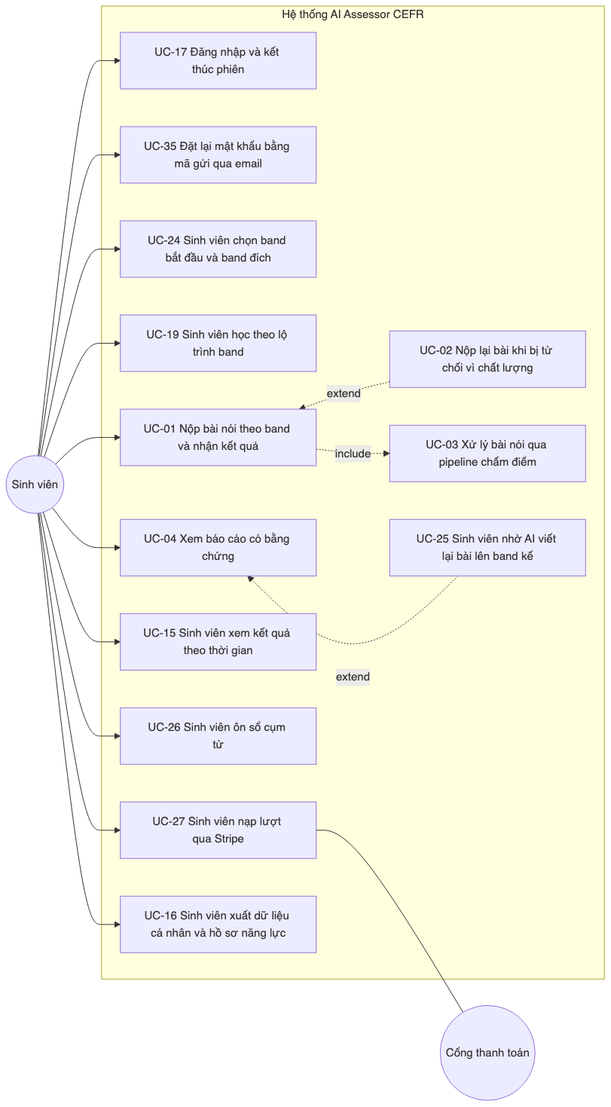
ThanhSangLouis/ai-assessor-cefr keeps this Mermaid diagram as docs/sdd/images/01a_usecase_sinhvien.png. Above is the earlier version. Its source is kept beside it as docs/sdd/diagrams/01a_usecase_sinhvien.mmd.
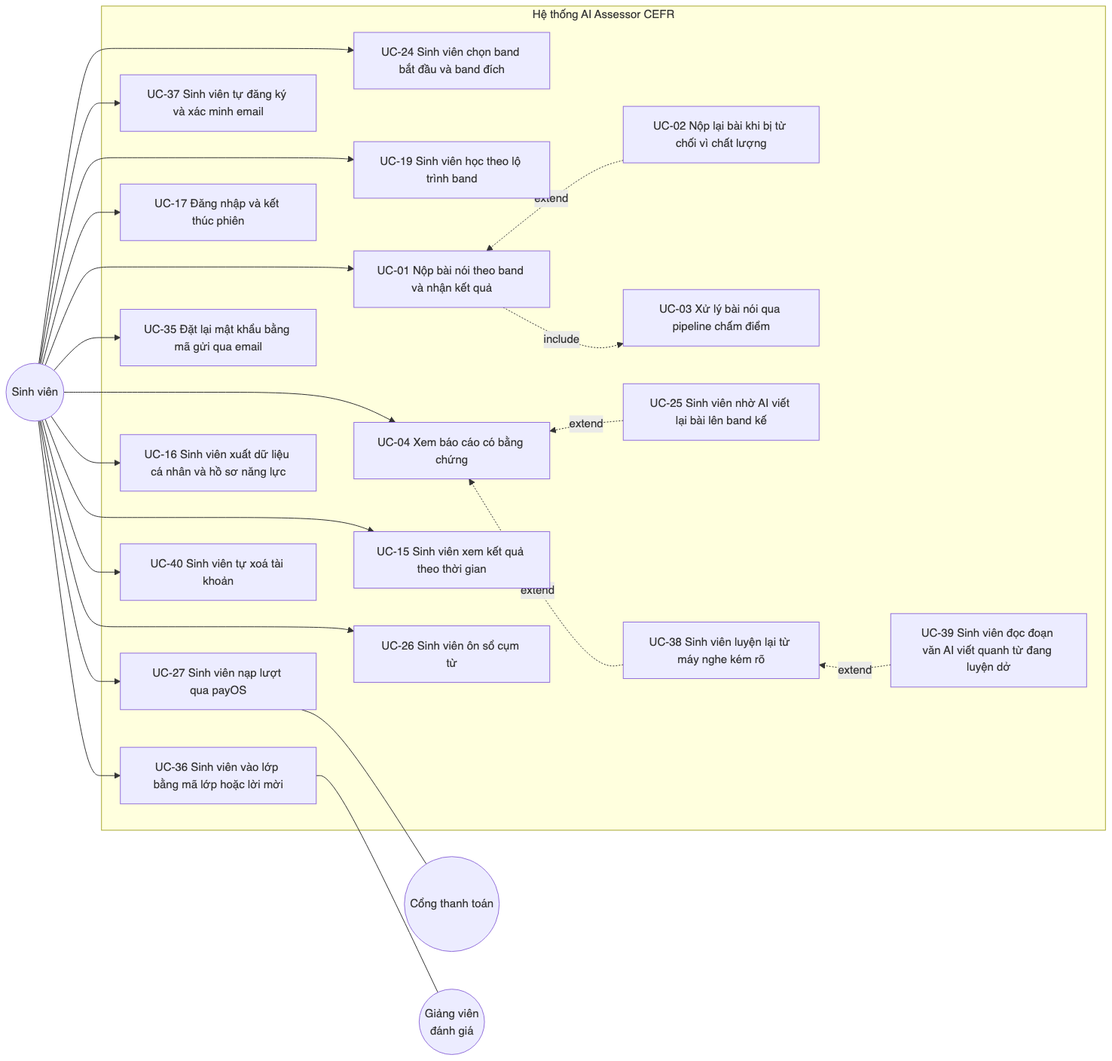
After the change.

Change to the diagram source:
```diff
@@ -1,26 +1,35 @@
 flowchart LR
     SV(("Sinh viên"))
     CTT(("Cổng thanh toán"))
+    GV(("Giảng viên<br/>đánh giá"))
 
     subgraph SYS["Hệ thống AI Assessor CEFR"]
         direction TB
+        UC37["UC-37 Sinh viên tự đăng ký và xác minh email"]
         UC17["UC-17 Đăng nhập và kết thúc phiên"]
         UC35["UC-35 Đặt lại mật khẩu bằng mã gửi qua email"]
+        UC16["UC-16 Sinh viên xuất dữ liệu cá nhân và hồ sơ năng lực"]
+        UC40["UC-40 Sinh viên tự xoá tài khoản"]
+        UC27["UC-27 Sinh viên nạp lượt qua payOS"]
+        UC36["UC-36 Sinh viên vào lớp bằng mã lớp hoặc lời mời"]
         UC24["UC-24 Sinh viên chọn band bắt đầu và band đích"]
         UC19["UC-19 Sinh viên học theo lộ trình band"]
         UC01["UC-01 Nộp bài nói theo band và nhận kết quả"]
+        UC04["UC-04 Xem báo cáo có bằng chứng"]
+        UC15["UC-15 Sinh viên xem kết quả theo thời gian"]
+        UC26["UC-26 Sinh viên ôn sổ cụm từ"]
         UC02["UC-02 Nộp lại bài khi bị từ chối vì chất lượng"]
         UC03["UC-03 Xử lý bài nói qua pipeline chấm điểm"]
-        UC04["UC-04 Xem báo cáo có bằng chứng"]
         UC25["UC-25 Sinh viên nhờ AI viết lại bài lên band kế"]
-        UC15["UC-15 Sinh viên xem kết quả theo thời gian"]
-        UC26["UC-26 Sinh viên ôn sổ cụm từ"]
-        UC27["UC-27 Sinh viên nạp lượt qua payOS"]
-        UC16["UC-16 Sinh viên xuất dữ liệu cá nhân và hồ sơ năng lực"]
+        UC38["UC-38 Sinh viên luyện lại từ máy nghe kém rõ"]
+        UC39["UC-39 Sinh viên đọc đoạn văn AI viết quanh từ đang luyện dở"]
     end
 
+    SV --> UC37
     SV --> UC17
     SV --> UC35
+    SV --> UC16
+    SV --> UC40
     SV --> UC24
     SV --> UC19
     SV --> UC01
@@ -28,12 +37,24 @@
     SV --> UC15
     SV --> UC26
     SV --> UC27
-    SV --> UC16
+    SV --> UC36
     UC27 --- CTT
+    UC36 --- GV
 
+    UC37 ~~~ UC24
+    UC17 ~~~ UC19
+    UC35 ~~~ UC01
+    UC16 ~~~ UC04
+    UC40 ~~~ UC15
+    UC27 ~~~ UC26
     UC01 ~~~ UC02
+    UC01 ~~~ UC03
     UC04 ~~~ UC25
+    UC04 ~~~ UC38
+    UC38 ~~~ UC39
 
     UC01 -. include .-> UC03
     UC02 -. extend .-> UC01
     UC25 -. extend .-> UC04
+    UC38 -. extend .-> UC04
+    UC39 -. extend .-> UC38
```
